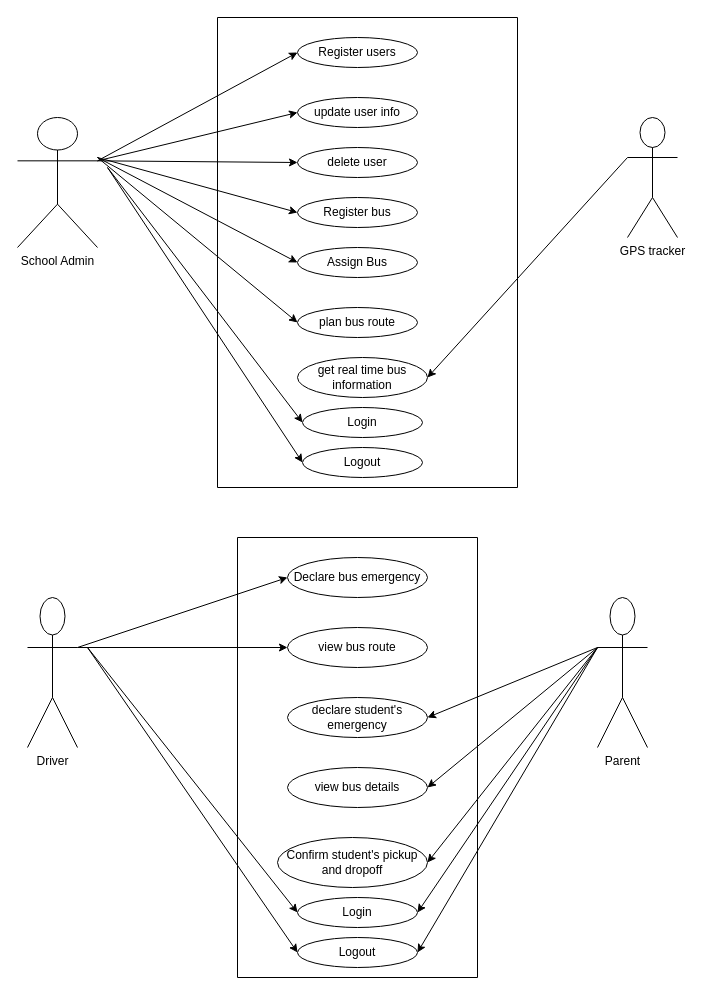
Above: RESOURCES/usecase.drawio in peterabel25/FYP (draw.io), before the change. Source tidied: cells renumbered, new cells numbered last; positions are measured from the earlier drawing's top-left corner, leaving out a move shared by most shapes. Both pictures are drawn from the tidied source at 100%, with x=0, y=0 at pixel (17, 17).
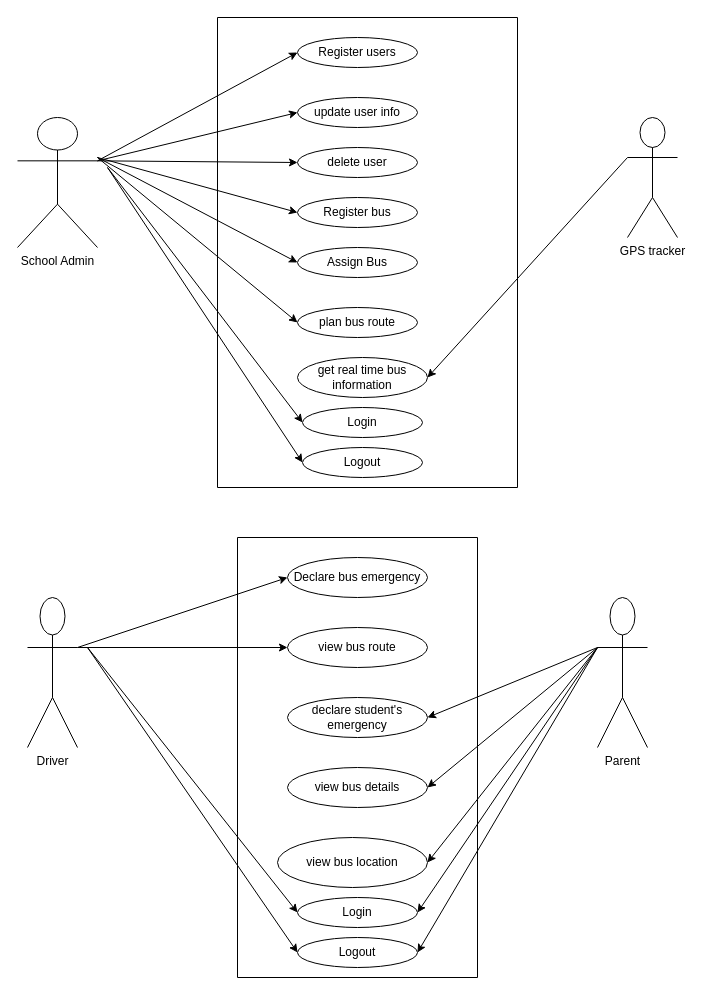
After the change.

Unchanged cells that the change refers to:
```xml
<mxCell id="20" style="swimlane;startSize=0;" parent="1" vertex="1">
  <mxGeometry x="220" y="520" width="240" height="440" as="geometry" />
</mxCell>
```

Change to the diagram source:
```diff
@@
-    <mxCell id="25" value="Confirm student's pickup and dropoff" style="ellipse;whiteSpace=wrap;html=1;" parent="20" vertex="1">
+    <mxCell id="25" value="view bus location" style="ellipse;whiteSpace=wrap;html=1;" parent="20" vertex="1">
       <mxGeometry x="40" y="300" width="150" height="50" as="geometry" />
     </mxCell>
```
